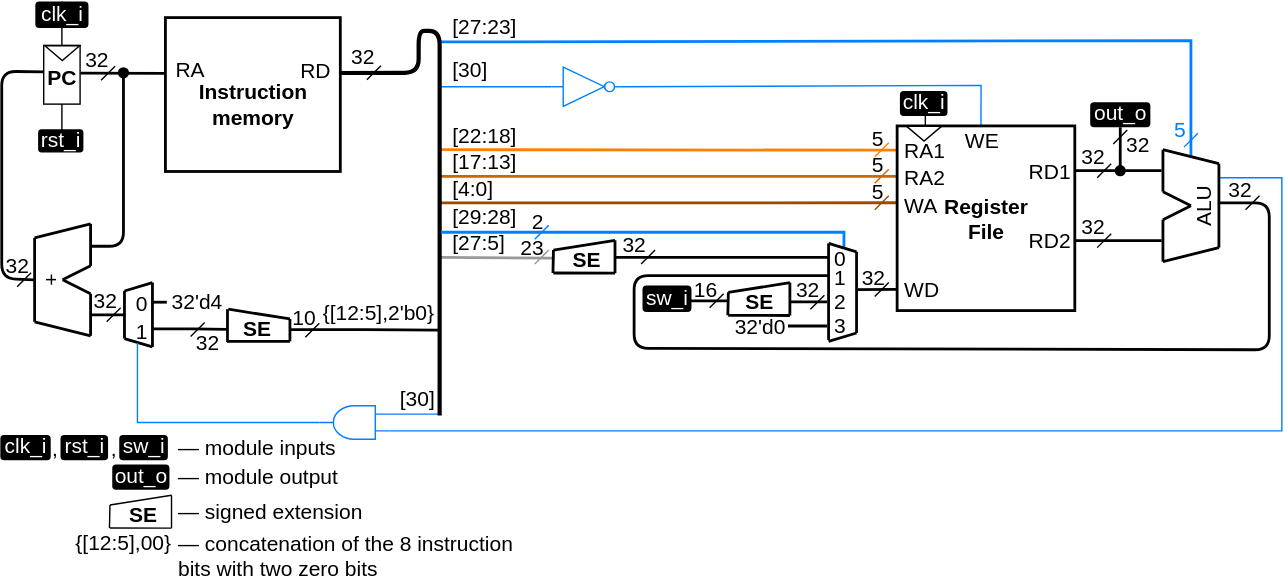
The draw.io diagram .pic/Labs/lab_04_cybercobra/ppd_4.drawio.svg in MPSU/APS, before a commit. Source tidied: cells renumbered, new cells last; positions are measured from the earlier drawing's top-left corner, leaving out a move shared by most shapes.
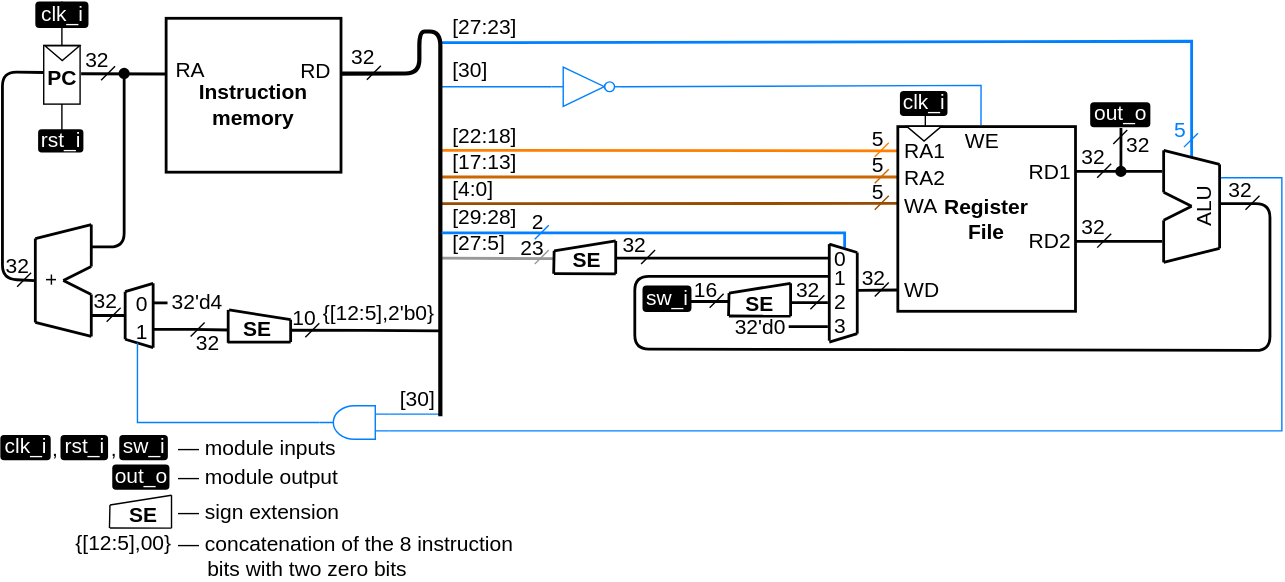
After the change.

Change to the diagram source:
```diff
@@ -445,13 +445,13 @@
     <mxCell id="94" value="&lt;font style=&quot;font-size: 15px;&quot;&gt;&lt;b style=&quot;font-size: 15px;&quot;&gt;SE&lt;/b&gt;&lt;/font&gt;" style="text;html=1;strokeColor=none;fillColor=none;align=center;verticalAlign=bottom;whiteSpace=wrap;rounded=0;fontSize=15;fontColor=#000000;comic=0;jiggle=0.5;" parent="89" vertex="1">
       <mxGeometry y="1.8" width="48" height="23.5" as="geometry" />
     </mxCell>
-    <mxCell id="95" value="— signed extension" style="text;html=1;strokeColor=none;fillColor=none;align=left;verticalAlign=middle;whiteSpace=wrap;rounded=0;spacing=0;fontSize=15;" parent="1" vertex="1">
+    <mxCell id="95" value="— sign extension" style="text;html=1;strokeColor=none;fillColor=none;align=left;verticalAlign=middle;whiteSpace=wrap;rounded=0;spacing=0;fontSize=15;" parent="1" vertex="1">
       <mxGeometry x="126.5" y="355" width="226.5" height="18" as="geometry" />
     </mxCell>
     <mxCell id="96" value="&lt;font style=&quot;font-size: 15px;&quot;&gt;{[12:5],00}&lt;/font&gt;" style="text;html=1;strokeColor=none;fillColor=none;align=right;verticalAlign=bottom;whiteSpace=wrap;rounded=0;spacing=0;fontSize=15;" parent="1" vertex="1">
       <mxGeometry x="78" y="384" width="44" height="12" as="geometry" />
     </mxCell>
-    <mxCell id="97" value="&lt;div style=&quot;&quot;&gt;—&amp;nbsp;&lt;span style=&quot;background-color: transparent;&quot;&gt;concatenation of the 8 instruction bits with two zero bits&lt;/span&gt;&lt;/div&gt;" style="text;html=1;strokeColor=none;fillColor=none;align=left;verticalAlign=middle;whiteSpace=wrap;rounded=0;spacing=0;fontSize=15;" parent="1" vertex="1">
+    <mxCell id="97" value="&lt;div style=&quot;&quot;&gt;—&amp;nbsp;&lt;span style=&quot;background-color: transparent;&quot;&gt;concatenation of the 8 instruction&amp;nbsp; &amp;nbsp; &amp;nbsp; &amp;nbsp; &amp;nbsp;bits with two zero bits&lt;/span&gt;&lt;/div&gt;" style="text;html=1;strokeColor=none;fillColor=none;align=left;verticalAlign=middle;whiteSpace=wrap;rounded=0;spacing=0;fontSize=15;" parent="1" vertex="1">
       <mxGeometry x="126.5" y="387" width="256.5" height="18" as="geometry" />
     </mxCell>
     <mxCell id="98" value="2" style="text;html=1;strokeColor=none;fillColor=none;align=center;verticalAlign=middle;whiteSpace=wrap;rounded=0;fontSize=15;fontColor=#000000;comic=0;jiggle=0.5;" parent="1" vertex="1">
```
